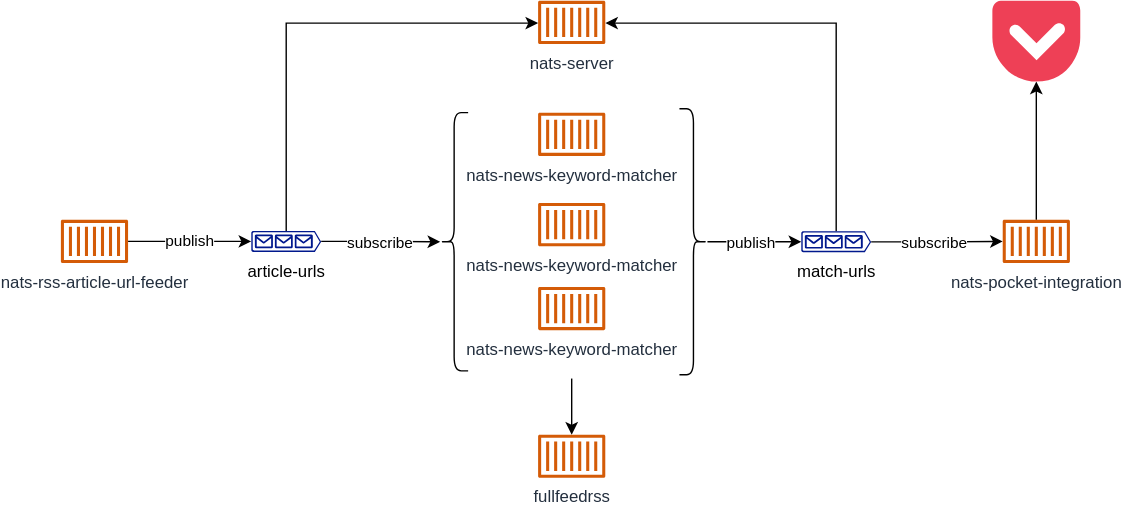
This is architecture.drawio.svg from heussd/nats-news-analysis, a draw.io export, as it was before one commit. Source tidied: cells renumbered, new cells last; positions are measured from the earlier drawing's top-left corner, leaving out a move shared by most shapes.
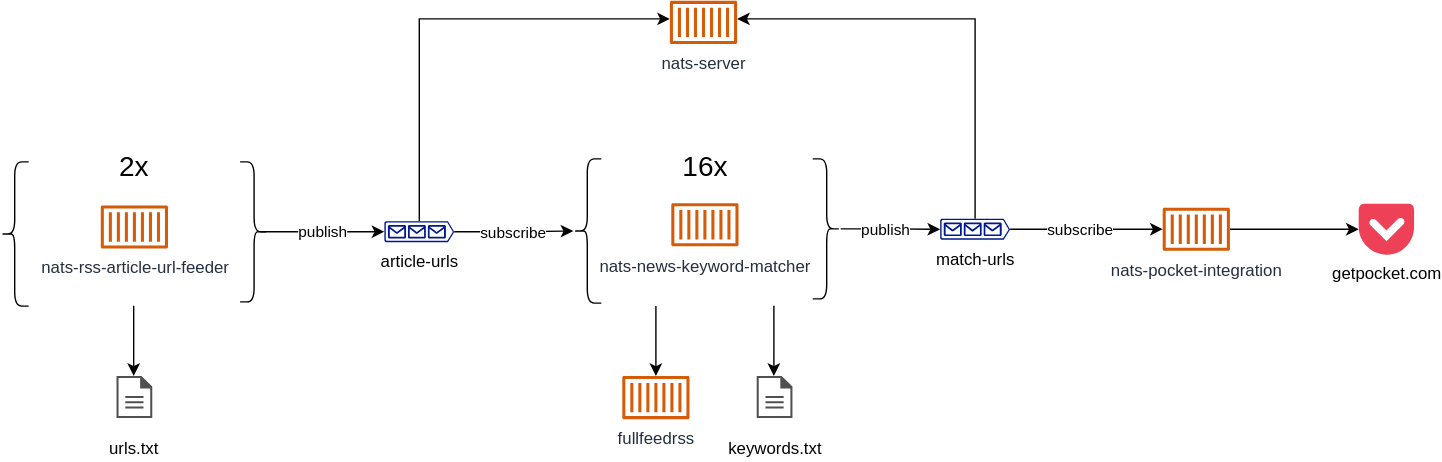
Later version of the same file.

What changed in the source:
```diff
@@ -10,39 +10,35 @@
         <mxPoint y="2" as="offset" />
       </mxGeometry>
     </mxCell>
-    <mxCell id="4" style="edgeStyle=orthogonalEdgeStyle;rounded=0;jettySize=auto;html=1;" parent="1" edge="1" source="5" target="24">
+    <mxCell id="4" style="edgeStyle=orthogonalEdgeStyle;rounded=0;jettySize=auto;html=1;fontSize=20;" parent="1" edge="1" source="5" target="24">
       <mxGeometry relative="1" as="geometry">
         <Array as="points">
-          <mxPoint x="161" y="16" />
+          <mxPoint x="161" y="60" />
         </Array>
       </mxGeometry>
     </mxCell>
     <mxCell id="5" value="article-urls" style="sketch=0;shadow=0;dashed=0;html=1;strokeColor=none;labelPosition=center;verticalLabelPosition=bottom;verticalAlign=top;align=center;fillColor=#00188D;shape=mxgraph.azure.queue_generic;" parent="1" vertex="1">
-      <mxGeometry x="136" y="164.5" width="50" height="15" as="geometry" />
+      <mxGeometry x="136" y="204.5" width="50" height="15" as="geometry" />
     </mxCell>
-    <mxCell id="6" value="publish" style="edgeStyle=orthogonalEdgeStyle;rounded=0;jettySize=auto;html=1;" parent="1" edge="1" source="7" target="5">
-      <mxGeometry relative="1" as="geometry" />
+    <mxCell id="6" value="publish" style="edgeStyle=orthogonalEdgeStyle;rounded=0;jettySize=auto;html=1;exitX=0.1;exitY=0.5;exitDx=0;exitDy=0;exitPerimeter=0;" parent="1" edge="1" target="5">
+      <mxGeometry relative="1" as="geometry">
+        <mxPoint x="47" y="212" as="sourcePoint" />
+      </mxGeometry>
     </mxCell>
     <mxCell id="7" value="nats-rss-article-url-feeder" style="sketch=0;outlineConnect=0;fontColor=#232F3E;gradientColor=none;fillColor=#D45B07;strokeColor=none;dashed=0;verticalLabelPosition=bottom;verticalAlign=top;align=center;html=1;fontSize=12;fontStyle=0;shape=mxgraph.aws4.container_1;" parent="1" vertex="1">
-      <mxGeometry y="156.5" width="48" height="31" as="geometry" />
+      <mxGeometry x="-66.5" y="193.1" width="48" height="31" as="geometry" />
     </mxCell>
-    <mxCell id="8" value="nats-news-keyword-matcher" style="sketch=0;fontColor=#232F3E;gradientColor=none;fillColor=#D45B07;strokeColor=none;dashed=0;verticalLabelPosition=bottom;verticalAlign=top;align=center;html=1;fontSize=12;fontStyle=0;shape=mxgraph.aws4.container_1;" parent="1" vertex="1">
-      <mxGeometry x="341" y="80" width="48" height="31" as="geometry" />
-    </mxCell>
     <mxCell id="9" style="shape=curlyBracket;whiteSpace=wrap;html=1;rounded=1;" parent="1" vertex="1">
-      <mxGeometry x="271" y="80" width="20" height="184.5" as="geometry" />
+      <mxGeometry x="271" y="160" width="20" height="103" as="geometry" />
     </mxCell>
     <mxCell id="10" value="nats-news-keyword-matcher" style="sketch=0;fontColor=#232F3E;gradientColor=none;fillColor=#D45B07;strokeColor=none;dashed=0;verticalLabelPosition=bottom;verticalAlign=top;align=center;html=1;fontSize=12;fontStyle=0;shape=mxgraph.aws4.container_1;" parent="1" vertex="1">
-      <mxGeometry x="341" y="144.5" width="48" height="31" as="geometry" />
+      <mxGeometry x="341" y="191.5" width="48" height="31" as="geometry" />
     </mxCell>
     <mxCell id="11" style="edgeStyle=orthogonalEdgeStyle;rounded=0;jettySize=auto;html=1;" parent="1" edge="1" target="22">
       <mxGeometry relative="1" as="geometry">
-        <mxPoint x="365" y="270" as="sourcePoint" />
+        <mxPoint x="330" y="265" as="sourcePoint" />
       </mxGeometry>
     </mxCell>
-    <mxCell id="12" value="nats-news-keyword-matcher" style="sketch=0;fontColor=#232F3E;gradientColor=none;fillColor=#D45B07;strokeColor=none;dashed=0;verticalLabelPosition=bottom;verticalAlign=top;align=center;html=1;fontSize=12;fontStyle=0;shape=mxgraph.aws4.container_1;" parent="1" vertex="1">
-      <mxGeometry x="341" y="204.5" width="48" height="31" as="geometry" />
-    </mxCell>
     <mxCell id="13" style="edgeStyle=orthogonalEdgeStyle;rounded=0;jettySize=auto;html=1;" parent="1" edge="1" source="15" target="19">
       <mxGeometry relative="1" as="geometry" />
     </mxCell>
@@ -52,7 +48,7 @@
       </mxGeometry>
     </mxCell>
     <mxCell id="15" style="shape=curlyBracket;whiteSpace=wrap;html=1;rounded=1;flipH=1;" parent="1" vertex="1">
-      <mxGeometry x="442" y="77.2" width="20" height="190" as="geometry" />
+      <mxGeometry x="442" y="160" width="20" height="100" as="geometry" />
     </mxCell>
     <mxCell id="16" style="edgeStyle=orthogonalEdgeStyle;rounded=0;jettySize=auto;html=1;" parent="1" edge="1" source="19" target="21">
       <mxGeometry relative="1" as="geometry" />
@@ -62,30 +58,68 @@
         <mxPoint x="10" as="offset" />
       </mxGeometry>
     </mxCell>
-    <mxCell id="18" style="edgeStyle=orthogonalEdgeStyle;rounded=0;jettySize=auto;html=1;" parent="1" edge="1" source="19" target="24">
+    <mxCell id="18" style="edgeStyle=orthogonalEdgeStyle;rounded=0;jettySize=auto;html=1;fontSize=20;exitX=0.5;exitY=0;exitDx=0;exitDy=0;exitPerimeter=0;" parent="1" edge="1" source="19" target="24">
       <mxGeometry relative="1" as="geometry">
         <Array as="points">
-          <mxPoint x="554" y="16" />
+          <mxPoint x="558" y="60" />
         </Array>
       </mxGeometry>
     </mxCell>
     <mxCell id="19" value="match-urls" style="sketch=0;shadow=0;dashed=0;html=1;strokeColor=none;labelPosition=center;verticalLabelPosition=bottom;verticalAlign=top;align=center;fillColor=#00188D;shape=mxgraph.azure.queue_generic;" parent="1" vertex="1">
-      <mxGeometry x="529" y="164.8" width="50" height="15" as="geometry" />
+      <mxGeometry x="533" y="202.8" width="50" height="15" as="geometry" />
     </mxCell>
     <mxCell id="20" style="edgeStyle=orthogonalEdgeStyle;rounded=0;jettySize=auto;html=1;" parent="1" edge="1" source="21" target="23">
       <mxGeometry relative="1" as="geometry" />
     </mxCell>
     <mxCell id="21" value="nats-pocket-integration" style="sketch=0;outlineConnect=0;fontColor=#232F3E;gradientColor=none;fillColor=#D45B07;strokeColor=none;dashed=0;verticalLabelPosition=bottom;verticalAlign=top;align=center;html=1;fontSize=12;fontStyle=0;shape=mxgraph.aws4.container_1;" parent="1" vertex="1">
-      <mxGeometry x="673" y="156.5" width="48" height="31" as="geometry" />
+      <mxGeometry x="692" y="194.8" width="48" height="31" as="geometry" />
     </mxCell>
     <mxCell id="22" value="fullfeedrss" style="sketch=0;outlineConnect=0;fontColor=#232F3E;gradientColor=none;fillColor=#D45B07;strokeColor=none;dashed=0;verticalLabelPosition=bottom;verticalAlign=top;align=center;html=1;fontSize=12;fontStyle=0;shape=mxgraph.aws4.container_1;" parent="1" vertex="1">
-      <mxGeometry x="341" y="310" width="48" height="31" as="geometry" />
+      <mxGeometry x="306" y="315" width="48" height="31" as="geometry" />
     </mxCell>
-    <mxCell id="23" style="dashed=0;outlineConnect=0;html=1;align=center;labelPosition=center;verticalLabelPosition=bottom;verticalAlign=top;shape=mxgraph.weblogos.pocket;fillColor=#EE4056;strokeColor=none;" parent="1" vertex="1">
-      <mxGeometry x="665.6" width="62.8" height="57.8" as="geometry" />
+    <mxCell id="23" value="getpocket.com" style="dashed=0;outlineConnect=0;html=1;align=center;labelPosition=center;verticalLabelPosition=bottom;verticalAlign=top;shape=mxgraph.weblogos.pocket;fillColor=#EE4056;strokeColor=none;" parent="1" vertex="1">
+      <mxGeometry x="832" y="192.1" width="39.5" height="36.4" as="geometry" />
     </mxCell>
     <mxCell id="24" value="nats-server" style="sketch=0;outlineConnect=0;fontColor=#232F3E;gradientColor=none;fillColor=#D45B07;strokeColor=none;dashed=0;verticalLabelPosition=bottom;verticalAlign=top;align=center;html=1;fontSize=12;fontStyle=0;shape=mxgraph.aws4.container_1;" parent="1" vertex="1">
-      <mxGeometry x="341" width="48" height="31" as="geometry" />
+      <mxGeometry x="340" y="47" width="48" height="31" as="geometry" />
     </mxCell>
+    <mxCell id="25" value="&lt;font style=&quot;font-size: 20px;&quot;&gt;16x&lt;/font&gt;" style="text;html=1;strokeColor=none;fillColor=none;align=center;verticalAlign=middle;whiteSpace=wrap;rounded=0;" parent="1" vertex="1">
+      <mxGeometry x="336.5" y="150" width="57" height="30" as="geometry" />
+    </mxCell>
+    <mxCell id="26" style="shape=curlyBracket;whiteSpace=wrap;html=1;rounded=1;" parent="1" vertex="1">
+      <mxGeometry x="-138" y="162.1" width="20" height="103" as="geometry" />
+    </mxCell>
+    <mxCell id="27" style="shape=curlyBracket;whiteSpace=wrap;html=1;rounded=1;flipH=1;" parent="1" vertex="1">
+      <mxGeometry x="33" y="162.1" width="20" height="100" as="geometry" />
+    </mxCell>
+    <mxCell id="28" value="&lt;font style=&quot;font-size: 20px;&quot;&gt;2x&lt;/font&gt;" style="text;html=1;strokeColor=none;fillColor=none;align=center;verticalAlign=middle;whiteSpace=wrap;rounded=0;" parent="1" vertex="1">
+      <mxGeometry x="-71" y="150" width="57" height="30" as="geometry" />
+    </mxCell>
+    <mxCell id="29" value="&lt;font style=&quot;font-size: 12px;&quot;&gt;keywords.txt&lt;/font&gt;" style="sketch=0;shadow=0;dashed=0;html=1;strokeColor=none;fillColor=#505050;labelPosition=center;verticalLabelPosition=bottom;verticalAlign=top;align=center;shape=mxgraph.office.concepts.document;fontSize=20;" parent="1" vertex="1">
+      <mxGeometry x="402" y="315" width="25.5" height="30" as="geometry" />
+    </mxCell>
+    <mxCell id="30" style="edgeStyle=orthogonalEdgeStyle;rounded=0;orthogonalLoop=1;jettySize=auto;html=1;" parent="1" edge="1">
+      <mxGeometry relative="1" as="geometry">
+        <mxPoint x="414.3" y="264.9" as="sourcePoint" />
+        <mxPoint x="414.3" y="315" as="targetPoint" />
+        <Array as="points">
+          <mxPoint x="414.3" y="279.9" />
+          <mxPoint x="414.3" y="279.9" />
+        </Array>
+      </mxGeometry>
+    </mxCell>
+    <mxCell id="31" value="&lt;font style=&quot;font-size: 12px;&quot;&gt;urls.txt&lt;/font&gt;" style="sketch=0;shadow=0;dashed=0;html=1;strokeColor=none;fillColor=#505050;labelPosition=center;verticalLabelPosition=bottom;verticalAlign=top;align=center;shape=mxgraph.office.concepts.document;fontSize=20;" parent="1" vertex="1">
+      <mxGeometry x="-55.3" y="315" width="25.5" height="30" as="geometry" />
+    </mxCell>
+    <mxCell id="32" style="edgeStyle=orthogonalEdgeStyle;rounded=0;orthogonalLoop=1;jettySize=auto;html=1;" parent="1" edge="1">
+      <mxGeometry relative="1" as="geometry">
+        <mxPoint x="-43" y="264.9" as="sourcePoint" />
+        <mxPoint x="-43" y="315" as="targetPoint" />
+        <Array as="points">
+          <mxPoint x="-43" y="279.9" />
+          <mxPoint x="-43" y="279.9" />
+        </Array>
+      </mxGeometry>
+    </mxCell>
   </root>
 </mxGraphModel>
```
